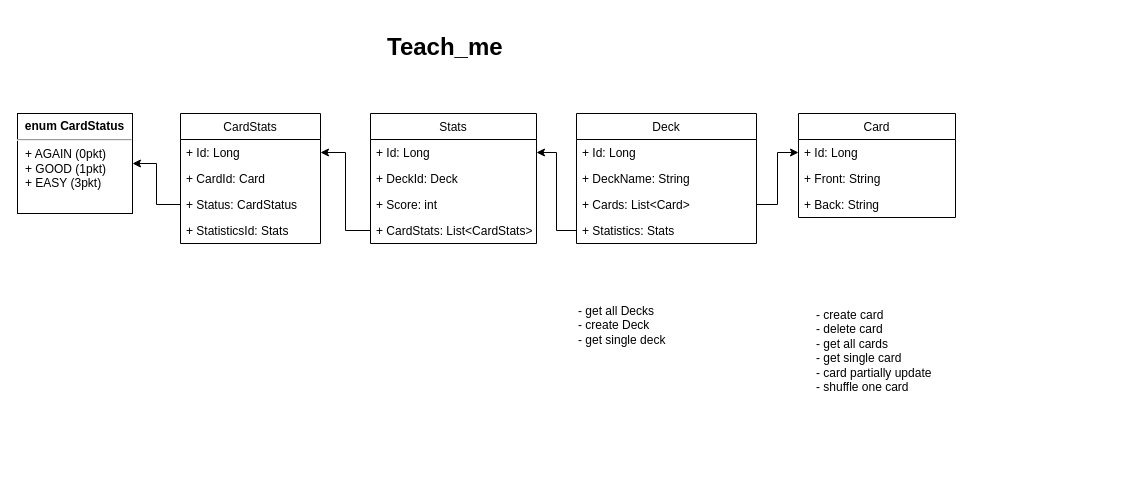
Before: teachme.drawio in bobend212/Teach_me, a draw.io diagram. Source tidied: cells renumbered, new cells numbered last; positions are measured from the earlier drawing's top-left corner, leaving out a move shared by most shapes. Both pictures are drawn from the tidied source at 100%, with x=0, y=0 at pixel (17, 27).
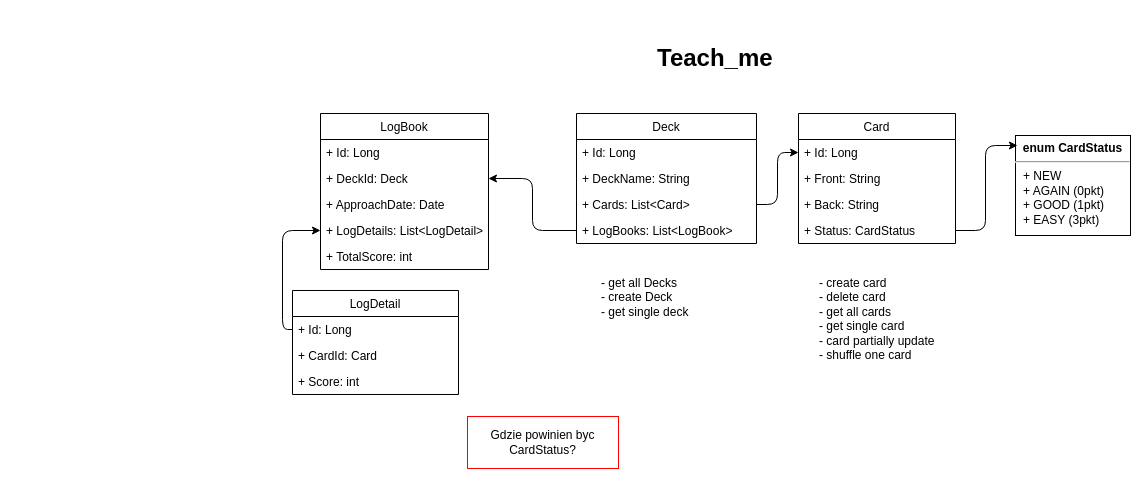
The same page after the edit.

Unchanged cells that the change refers to:
```xml
<mxCell id="3" value="Deck" style="swimlane;fontStyle=0;horizontal=1;startSize=26;fillColor=none;" parent="1" vertex="1">
  <mxGeometry x="559" y="86" width="180" height="130" as="geometry" />
</mxCell>
<mxCell id="6" value="+ Cards: List&lt;Card&gt;" style="text;strokeColor=none;fillColor=none;align=left;verticalAlign=top;spacingLeft=4;spacingRight=4;overflow=hidden;points=[[0,0.5],[1,0.5]];portConstraint=eastwest;" parent="3" vertex="1">
  <mxGeometry y="78" width="180" height="26" as="geometry" />
</mxCell>
<mxCell id="9" value="+ Id: Long" style="text;strokeColor=none;fillColor=none;align=left;verticalAlign=top;spacingLeft=4;spacingRight=4;overflow=hidden;points=[[0,0.5],[1,0.5]];portConstraint=eastwest;" parent="8" vertex="1">
  <mxGeometry y="26" width="157" height="26" as="geometry" />
</mxCell>
<mxCell id="14" value="+ Id: Long" style="text;strokeColor=none;fillColor=none;align=left;verticalAlign=top;spacingLeft=4;spacingRight=4;overflow=hidden;points=[[0,0.5],[1,0.5]];portConstraint=eastwest;" parent="13" vertex="1">
  <mxGeometry y="26" width="166" height="26" as="geometry" />
</mxCell>
```

What changed in the source:
```diff
@@
     <mxCell id="2" value="&lt;h1&gt;Teach_me&lt;/h1&gt;" style="text;html=1;strokeColor=none;fillColor=none;spacing=5;spacingTop=-20;whiteSpace=wrap;overflow=hidden;rounded=0;" parent="1" vertex="1">
-      <mxGeometry x="365" width="190" height="45" as="geometry" />
+      <mxGeometry x="635" y="11" width="190" height="45" as="geometry" />
     </mxCell>
@@
-    <mxCell id="7" value="+ Statistics: Stats" style="text;strokeColor=none;fillColor=none;align=left;verticalAlign=top;spacingLeft=4;spacingRight=4;overflow=hidden;points=[[0,0.5],[1,0.5]];portConstraint=eastwest;" parent="3" vertex="1">
+    <mxCell id="7" value="+ LogBooks: List&lt;LogBook&gt;" style="text;strokeColor=none;fillColor=none;align=left;verticalAlign=top;spacingLeft=4;spacingRight=4;overflow=hidden;points=[[0,0.5],[1,0.5]];portConstraint=eastwest;" parent="3" vertex="1">
       <mxGeometry y="104" width="180" height="26" as="geometry" />
     </mxCell>
     <mxCell id="8" value="Card" style="swimlane;fontStyle=0;horizontal=1;startSize=26;fillColor=none;" parent="1" vertex="1">
-      <mxGeometry x="781" y="86" width="157" height="104" as="geometry" />
+      <mxGeometry x="781" y="86" width="157" height="130" as="geometry" />
     </mxCell>
@@
+    <mxCell id="29" value="+ Status: CardStatus" style="text;strokeColor=none;fillColor=none;align=left;verticalAlign=top;spacingLeft=4;spacingRight=4;overflow=hidden;points=[[0,0.5],[1,0.5]];portConstraint=eastwest;" parent="8" vertex="1">
+      <mxGeometry y="104" width="157" height="26" as="geometry" />
+    </mxCell>
-    <mxCell id="12" value="&lt;p style=&quot;margin:0px;margin-top:6px;text-align:center;&quot;&gt;&lt;b&gt;enum CardStatus&lt;/b&gt;&lt;/p&gt;&lt;hr&gt;&lt;p style=&quot;margin:0px;margin-left:8px;&quot;&gt;+ AGAIN (0pkt)&lt;br&gt;+ GOOD (1pkt)&lt;/p&gt;&lt;p style=&quot;margin:0px;margin-left:8px;&quot;&gt;+ EASY (3pkt)&lt;/p&gt;" style="align=left;overflow=fill;html=1;" parent="1" vertex="1">
-      <mxGeometry y="86" width="115" height="100" as="geometry" />
+    <mxCell id="12" value="&lt;p style=&quot;margin:0px;margin-top:6px;text-align:center;&quot;&gt;&lt;b&gt;enum CardStatus&lt;/b&gt;&lt;/p&gt;&lt;hr&gt;&lt;p style=&quot;margin:0px;margin-left:8px;&quot;&gt;+ NEW&lt;/p&gt;&lt;p style=&quot;margin:0px;margin-left:8px;&quot;&gt;+ AGAIN (0pkt)&lt;br&gt;+ GOOD (1pkt)&lt;/p&gt;&lt;p style=&quot;margin:0px;margin-left:8px;&quot;&gt;+ EASY (3pkt)&lt;/p&gt;" style="align=left;overflow=fill;html=1;" parent="1" vertex="1">
+      <mxGeometry x="998" y="108" width="115" height="100" as="geometry" />
     </mxCell>
-    <mxCell id="13" value="Stats" style="swimlane;fontStyle=0;horizontal=1;startSize=26;fillColor=none;" parent="1" vertex="1">
-      <mxGeometry x="353" y="86" width="166" height="130" as="geometry" />
+    <mxCell id="13" value="LogDetail" style="swimlane;fontStyle=0;horizontal=1;startSize=26;fillColor=none;" parent="1" vertex="1">
+      <mxGeometry x="275" y="263" width="166" height="104" as="geometry" />
     </mxCell>
@@
-    <mxCell id="15" value="+ DeckId: Deck" style="text;strokeColor=none;fillColor=none;align=left;verticalAlign=top;spacingLeft=4;spacingRight=4;overflow=hidden;" parent="13" vertex="1">
-      <mxGeometry y="52" width="166" height="26" as="geometry" />
-    </mxCell>
-    <mxCell id="16" value="+ Score: int" style="text;strokeColor=none;fillColor=none;align=left;verticalAlign=top;spacingLeft=4;spacingRight=4;overflow=hidden;" parent="13" vertex="1">
-      <mxGeometry y="78" width="166" height="26" as="geometry" />
+    <mxCell id="16" value="+ CardId: Card" style="text;strokeColor=none;fillColor=none;align=left;verticalAlign=top;spacingLeft=4;spacingRight=4;overflow=hidden;" parent="13" vertex="1">
+      <mxGeometry y="52" width="166" height="26" as="geometry" />
     </mxCell>
-    <mxCell id="17" value="+ CardStats: List&lt;CardStats&gt;" style="text;strokeColor=none;fillColor=none;align=left;verticalAlign=top;spacingLeft=4;spacingRight=4;overflow=hidden;points=[[0,0.5],[1,0.5]];portConstraint=eastwest;" parent="13" vertex="1">
-      <mxGeometry y="104" width="166" height="26" as="geometry" />
-    </mxCell>
+    <mxCell id="30" value="+ Score: int" style="text;strokeColor=none;fillColor=none;align=left;verticalAlign=top;spacingLeft=4;spacingRight=4;overflow=hidden;" parent="13" vertex="1">
+      <mxGeometry y="78" width="166" height="26" as="geometry" />
+    </mxCell>
-    <mxCell id="18" value="CardStats" style="swimlane;fontStyle=0;horizontal=1;startSize=26;fillColor=none;" parent="1" vertex="1">
-      <mxGeometry x="163" y="86" width="140" height="130" as="geometry" />
+    <mxCell id="18" value="LogBook" style="swimlane;fontStyle=0;horizontal=1;startSize=26;fillColor=none;" parent="1" vertex="1">
+      <mxGeometry x="303" y="86" width="168" height="156" as="geometry" />
     </mxCell>
     <mxCell id="19" value="+ Id: Long" style="text;strokeColor=none;fillColor=none;align=left;verticalAlign=top;spacingLeft=4;spacingRight=4;overflow=hidden;points=[[0,0.5],[1,0.5]];portConstraint=eastwest;" parent="18" vertex="1">
-      <mxGeometry y="26" width="140" height="26" as="geometry" />
+      <mxGeometry y="26" width="168" height="26" as="geometry" />
     </mxCell>
-    <mxCell id="20" value="+ CardId: Card" style="text;strokeColor=none;fillColor=none;align=left;verticalAlign=top;spacingLeft=4;spacingRight=4;overflow=hidden;points=[[0,0.5],[1,0.5]];portConstraint=eastwest;" parent="18" vertex="1">
-      <mxGeometry y="52" width="140" height="26" as="geometry" />
+    <mxCell id="20" value="+ DeckId: Deck" style="text;strokeColor=none;fillColor=none;align=left;verticalAlign=top;spacingLeft=4;spacingRight=4;overflow=hidden;points=[[0,0.5],[1,0.5]];portConstraint=eastwest;" parent="18" vertex="1">
+      <mxGeometry y="52" width="168" height="26" as="geometry" />
     </mxCell>
-    <mxCell id="21" value="+ Status: CardStatus" style="text;strokeColor=none;fillColor=none;align=left;verticalAlign=top;spacingLeft=4;spacingRight=4;overflow=hidden;points=[[0,0.5],[1,0.5]];portConstraint=eastwest;" parent="18" vertex="1">
-      <mxGeometry y="78" width="140" height="26" as="geometry" />
+    <mxCell id="21" value="+ ApproachDate: Date" style="text;strokeColor=none;fillColor=none;align=left;verticalAlign=top;spacingLeft=4;spacingRight=4;overflow=hidden;points=[[0,0.5],[1,0.5]];portConstraint=eastwest;" parent="18" vertex="1">
+      <mxGeometry y="78" width="168" height="26" as="geometry" />
     </mxCell>
-    <mxCell id="22" value="+ StatisticsId: Stats" style="text;strokeColor=none;fillColor=none;align=left;verticalAlign=top;spacingLeft=4;spacingRight=4;overflow=hidden;points=[[0,0.5],[1,0.5]];portConstraint=eastwest;" parent="18" vertex="1">
-      <mxGeometry y="104" width="140" height="26" as="geometry" />
+    <mxCell id="22" value="+ LogDetails: List&lt;LogDetail&gt;" style="text;strokeColor=none;fillColor=none;align=left;verticalAlign=top;spacingLeft=4;spacingRight=4;overflow=hidden;points=[[0,0.5],[1,0.5]];portConstraint=eastwest;" parent="18" vertex="1">
+      <mxGeometry y="104" width="168" height="26" as="geometry" />
     </mxCell>
+    <mxCell id="31" value="+ TotalScore: int" style="text;strokeColor=none;fillColor=none;align=left;verticalAlign=top;spacingLeft=4;spacingRight=4;overflow=hidden;" parent="18" vertex="1">
+      <mxGeometry y="130" width="168" height="26" as="geometry" />
+    </mxCell>
-    <mxCell id="23" style="edgeStyle=orthogonalEdgeStyle;rounded=0;jettySize=auto;html=1;exitX=1;exitY=0.5;exitDx=0;exitDy=0;entryX=0;entryY=0.5;entryDx=0;entryDy=0;" parent="1" edge="1" source="6" target="9">
+    <mxCell id="23" style="edgeStyle=orthogonalEdgeStyle;rounded=1;jettySize=auto;html=1;exitX=1;exitY=0.5;exitDx=0;exitDy=0;entryX=0;entryY=0.5;entryDx=0;entryDy=0;" parent="1" edge="1" source="6" target="9">
       <mxGeometry relative="1" as="geometry" />
     </mxCell>
-    <mxCell id="24" style="edgeStyle=orthogonalEdgeStyle;rounded=0;jettySize=auto;html=1;exitX=0;exitY=0.5;exitDx=0;exitDy=0;entryX=1;entryY=0.5;entryDx=0;entryDy=0;" parent="1" edge="1" source="7" target="14">
-      <mxGeometry relative="1" as="geometry" />
-    </mxCell>
-    <mxCell id="25" style="edgeStyle=orthogonalEdgeStyle;rounded=0;jettySize=auto;html=1;exitX=0;exitY=0.5;exitDx=0;exitDy=0;entryX=1;entryY=0.5;entryDx=0;entryDy=0;" parent="1" edge="1" source="17" target="19">
-      <mxGeometry relative="1" as="geometry" />
-    </mxCell>
-    <mxCell id="26" style="edgeStyle=orthogonalEdgeStyle;rounded=0;jettySize=auto;html=1;exitX=0;exitY=0.5;exitDx=0;exitDy=0;" parent="1" edge="1" source="21" target="12">
-      <mxGeometry relative="1" as="geometry" />
-    </mxCell>
     <mxCell id="27" value="- get all Decks&lt;br&gt;- create Deck&lt;br&gt;- get single deck" style="text;html=1;strokeColor=none;fillColor=none;align=left;verticalAlign=top;whiteSpace=wrap;rounded=0;" parent="1" vertex="1">
-      <mxGeometry x="559" y="270" width="130" height="109" as="geometry" />
+      <mxGeometry x="582" y="242" width="130" height="109" as="geometry" />
     </mxCell>
     <mxCell id="28" value="- create card&lt;br&gt;- delete card&lt;br&gt;- get all cards&lt;br&gt;- get single card&lt;br&gt;- card partially update&lt;br&gt;- shuffle one card" style="text;html=1;strokeColor=none;fillColor=none;align=left;verticalAlign=top;whiteSpace=wrap;rounded=0;" parent="1" vertex="1">
-      <mxGeometry x="797" y="274" width="130" height="109" as="geometry" />
+      <mxGeometry x="800" y="242" width="130" height="109" as="geometry" />
     </mxCell>
+    <mxCell id="32" style="edgeStyle=orthogonalEdgeStyle;html=1;exitX=1;exitY=0.5;exitDx=0;exitDy=0;entryX=0.017;entryY=0.1;entryDx=0;entryDy=0;entryPerimeter=0;" parent="1" edge="1" source="29" target="12">
+      <mxGeometry relative="1" as="geometry" />
+    </mxCell>
+    <mxCell id="33" style="edgeStyle=orthogonalEdgeStyle;html=1;exitX=0;exitY=0.5;exitDx=0;exitDy=0;entryX=1;entryY=0.5;entryDx=0;entryDy=0;" parent="1" edge="1" source="7" target="20">
+      <mxGeometry relative="1" as="geometry" />
+    </mxCell>
+    <mxCell id="34" style="edgeStyle=orthogonalEdgeStyle;html=1;exitX=0;exitY=0.5;exitDx=0;exitDy=0;entryX=0;entryY=0.5;entryDx=0;entryDy=0;" parent="1" edge="1" source="14" target="22">
+      <mxGeometry relative="1" as="geometry" />
+    </mxCell>
+    <mxCell id="35" value="Gdzie powinien byc CardStatus?" style="text;html=1;strokeColor=#FF0000;fillColor=none;align=center;verticalAlign=middle;whiteSpace=wrap;rounded=0;" parent="1" vertex="1">
+      <mxGeometry x="450" y="389" width="151" height="52" as="geometry" />
+    </mxCell>
```
